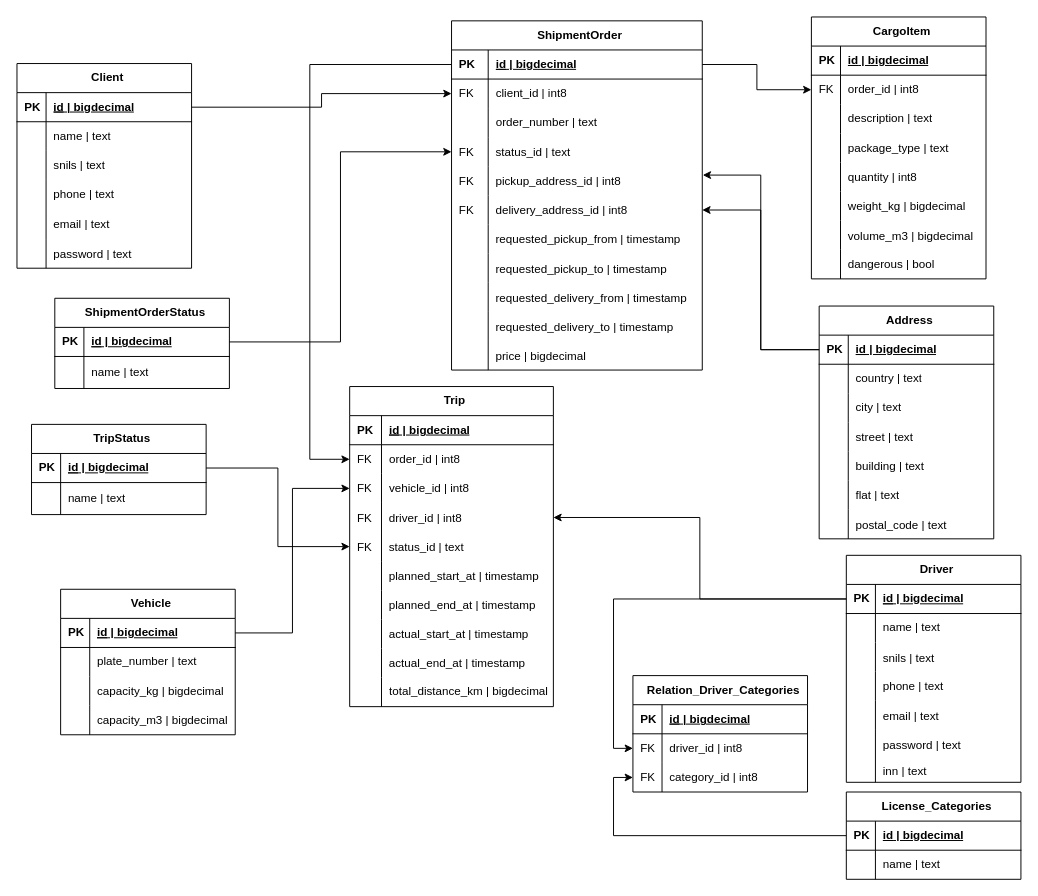
Earlier version of the draw.io diagram bd_micro.drawio (Alexander-Bankov/draw). Source tidied: cells renumbered, new cells numbered last; positions are measured from the earlier drawing's top-left corner, leaving out a move shared by most shapes. Both pictures are drawn from the tidied source at 97%, with x=0, y=0 at pixel (16, 16).
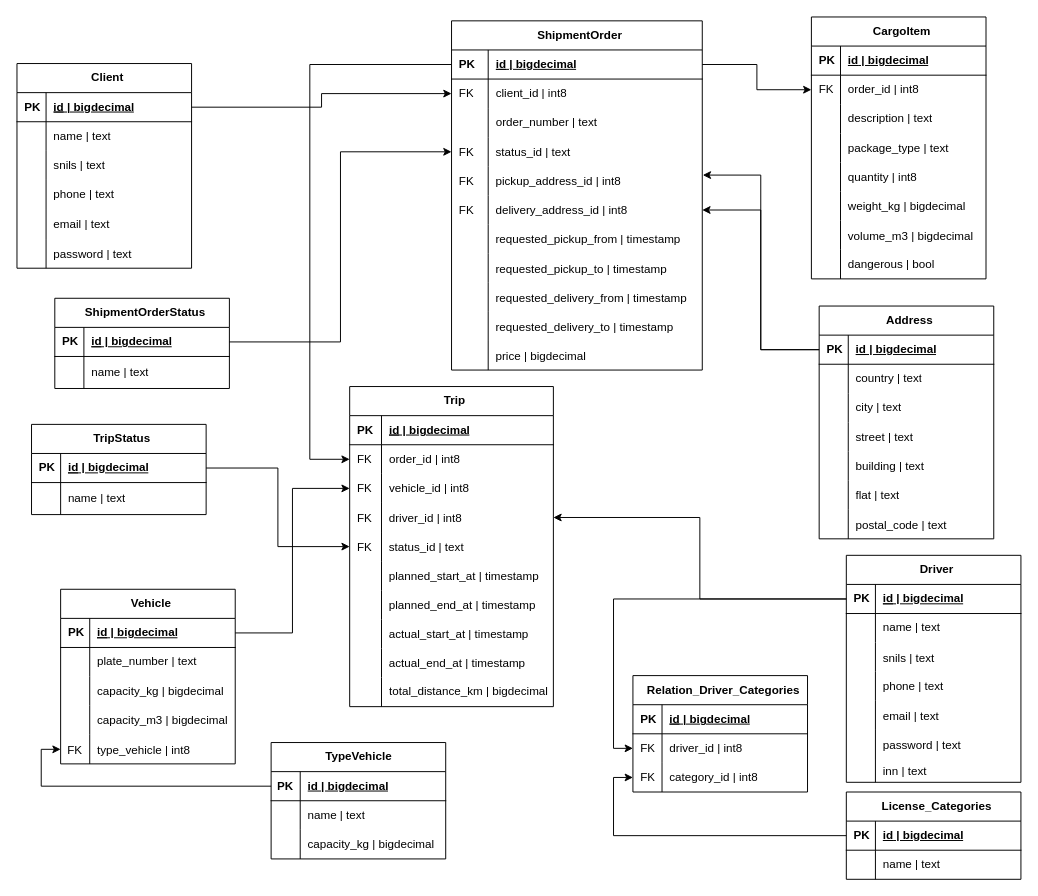
Above is the later version.

The edit, as a diff of the source:
```diff
@@
     <mxCell id="55" value="Vehicle" style="shape=table;startSize=30;childLayout=tableLayout;rowLines=0;fontStyle=1;align=center;html=1;strokeColor=default;verticalAlign=middle;spacingLeft=6;fontFamily=Helvetica;fontSize=12;fontColor=default;fillColor=none;" parent="1" vertex="1">
-      <mxGeometry x="45" y="590" width="180" height="150" as="geometry" />
+      <mxGeometry x="45" y="590" width="180" height="180" as="geometry" />
     </mxCell>
@@
+    <mxCell id="212" style="shape=tableRow;horizontal=0;startSize=0;swimlaneHead=0;swimlaneBody=0;fillColor=none;points=[[0,0.5],[1,0.5]];portConstraint=eastwest;top=0;left=0;right=0;bottom=0;" parent="55" vertex="1">
+      <mxGeometry y="150" width="180" height="30" as="geometry" />
+    </mxCell>
+    <mxCell id="213" value="FK" style="shape=partialRectangle;fillColor=none;top=0;left=0;bottom=0;right=0;overflow=hidden;" parent="212" vertex="1">
+      <mxGeometry width="30" height="30" as="geometry" />
+    </mxCell>
+    <mxCell id="214" value="type_vehicle | int8" style="shape=partialRectangle;fillColor=none;top=0;left=0;bottom=0;right=0;align=left;spacingLeft=6;overflow=hidden;" parent="212" vertex="1">
+      <mxGeometry x="30" width="150" height="30" as="geometry" />
+    </mxCell>
@@
+    <mxCell id="215" value="TypeVehicle" style="shape=table;startSize=30;childLayout=tableLayout;rowLines=0;fontStyle=1;align=center;html=1;" parent="1" vertex="1">
+      <mxGeometry x="262" y="748" width="180" height="120" as="geometry" />
+    </mxCell>
+    <mxCell id="216" style="shape=tableRow;horizontal=0;startSize=0;swimlaneHead=0;swimlaneBody=0;fillColor=none;points=[[0,0.5],[1,0.5]];portConstraint=eastwest;top=0;left=0;right=0;bottom=1;" parent="215" vertex="1">
+      <mxGeometry y="30" width="180" height="30" as="geometry" />
+    </mxCell>
+    <mxCell id="217" value="PK" style="shape=partialRectangle;fillColor=none;top=0;left=0;bottom=0;right=0;fontStyle=1;overflow=hidden;whiteSpace=wrap;html=1;" parent="216" vertex="1">
+      <mxGeometry width="30" height="30" as="geometry" />
+    </mxCell>
+    <mxCell id="218" value="id | bigdecimal" style="shape=partialRectangle;fillColor=none;top=0;left=0;bottom=0;right=0;align=left;spacingLeft=6;fontStyle=5;overflow=hidden;whiteSpace=wrap;html=1;" parent="216" vertex="1">
+      <mxGeometry x="30" width="150" height="30" as="geometry" />
+    </mxCell>
+    <mxCell id="219" style="shape=tableRow;horizontal=0;startSize=0;swimlaneHead=0;swimlaneBody=0;fillColor=none;top=0;left=0;right=0;bottom=0;" parent="215" vertex="1">
+      <mxGeometry y="60" width="180" height="30" as="geometry" />
+    </mxCell>
+    <mxCell id="220" style="shape=partialRectangle;fillColor=none;top=0;left=0;bottom=0;right=0;overflow=hidden;whiteSpace=wrap;html=1;" parent="219" vertex="1">
+      <mxGeometry width="30" height="30" as="geometry" />
+    </mxCell>
+    <mxCell id="221" value="name | text" style="shape=partialRectangle;fillColor=none;top=0;left=0;bottom=0;right=0;align=left;spacingLeft=6;overflow=hidden;whiteSpace=wrap;html=1;" parent="219" vertex="1">
+      <mxGeometry x="30" width="150" height="30" as="geometry" />
+    </mxCell>
+    <mxCell id="222" style="shape=tableRow;horizontal=0;startSize=0;swimlaneHead=0;swimlaneBody=0;fillColor=none;top=0;left=0;right=0;bottom=0;" parent="215" vertex="1">
+      <mxGeometry y="90" width="180" height="30" as="geometry" />
+    </mxCell>
+    <mxCell id="223" style="shape=partialRectangle;fillColor=none;top=0;left=0;bottom=0;right=0;overflow=hidden;whiteSpace=wrap;html=1;" parent="222" vertex="1">
+      <mxGeometry width="30" height="30" as="geometry" />
+    </mxCell>
+    <mxCell id="224" value="capacity_kg | bigdecimal" style="shape=partialRectangle;fillColor=none;top=0;left=0;bottom=0;right=0;align=left;spacingLeft=6;overflow=hidden;whiteSpace=wrap;html=1;" parent="222" vertex="1">
+      <mxGeometry x="30" width="150" height="30" as="geometry" />
+    </mxCell>
+    <mxCell id="225" style="edgeStyle=orthogonalEdgeStyle;rounded=0;jettySize=auto;html=1;entryX=0;entryY=0.5;entryDx=0;entryDy=0;defaultLabelBackgroundColor=gap;" parent="1" edge="1" source="216" target="212">
+      <mxGeometry relative="1" as="geometry" />
+    </mxCell>
```
